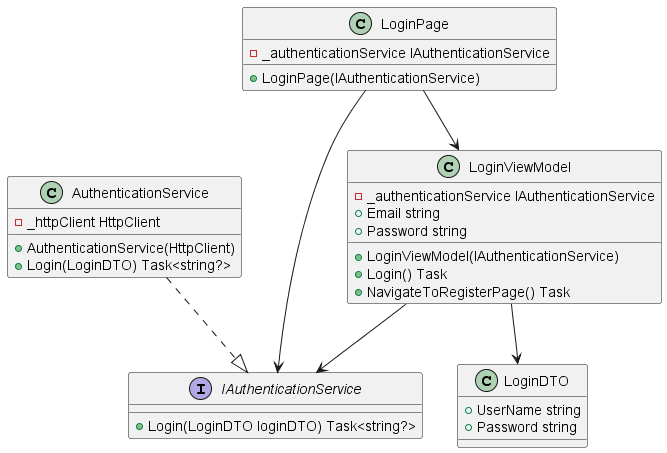
This is diagrams/out/maui/login/login.png from a-chiha/FinanceTrackerBackend, a PlantUML export, as it was before one commit.
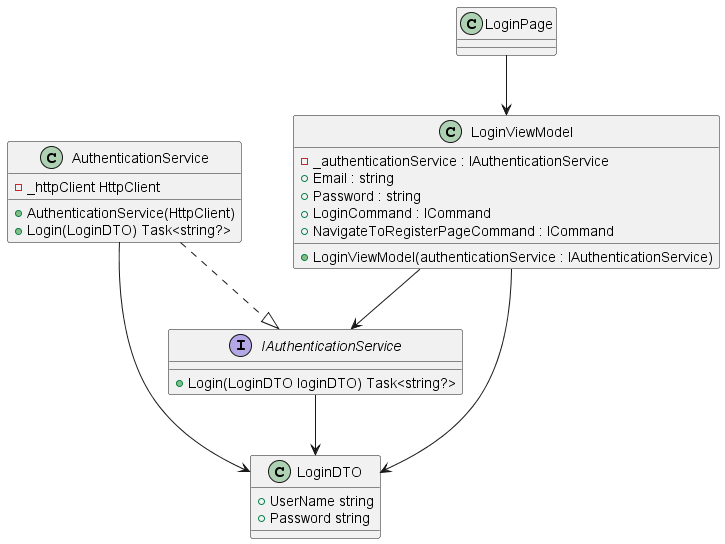
Above is the later version.

Change to the diagram source:
```diff
@@ -17,24 +17,23 @@
 }
 
 class LoginViewModel {
-    - _authenticationService IAuthenticationService
-    + LoginViewModel(IAuthenticationService)
-    + Email string
-    + Password string
-    + Login() Task
-    + NavigateToRegisterPage() Task
+    - _authenticationService : IAuthenticationService
+    + LoginViewModel(authenticationService : IAuthenticationService)
+    + Email : string
+    + Password : string
+    + LoginCommand : ICommand
+    + NavigateToRegisterPageCommand : ICommand
 }
 
 class LoginPage {
-    - _authenticationService IAuthenticationService
-    + LoginPage(IAuthenticationService)
 }
 
 LoginViewModel --> IAuthenticationService
 AuthenticationService ..|> IAuthenticationService
 LoginViewModel --> LoginDTO
 LoginPage --> LoginViewModel
-LoginPage --> IAuthenticationService
+AuthenticationService --> LoginDTO
+IAuthenticationService --> LoginDTO
 
 
 @enduml
```
